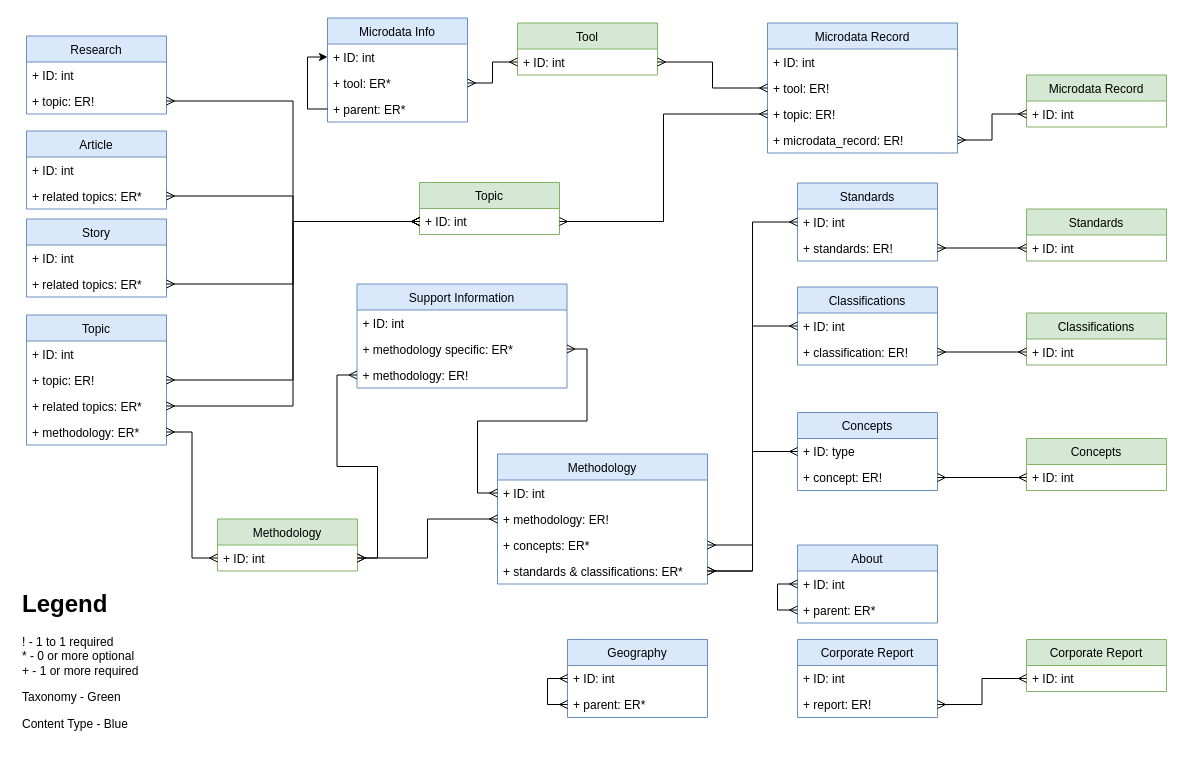
Above: Untitled Diagram.drawio in rhys-mcguckin/d8-features (draw.io), before the change. Source tidied: cells renumbered, new cells numbered last; positions are measured from the earlier drawing's top-left corner, leaving out a move shared by most shapes. Both pictures are drawn from the tidied source at 100%, with x=0, y=0 at pixel (17, 18).
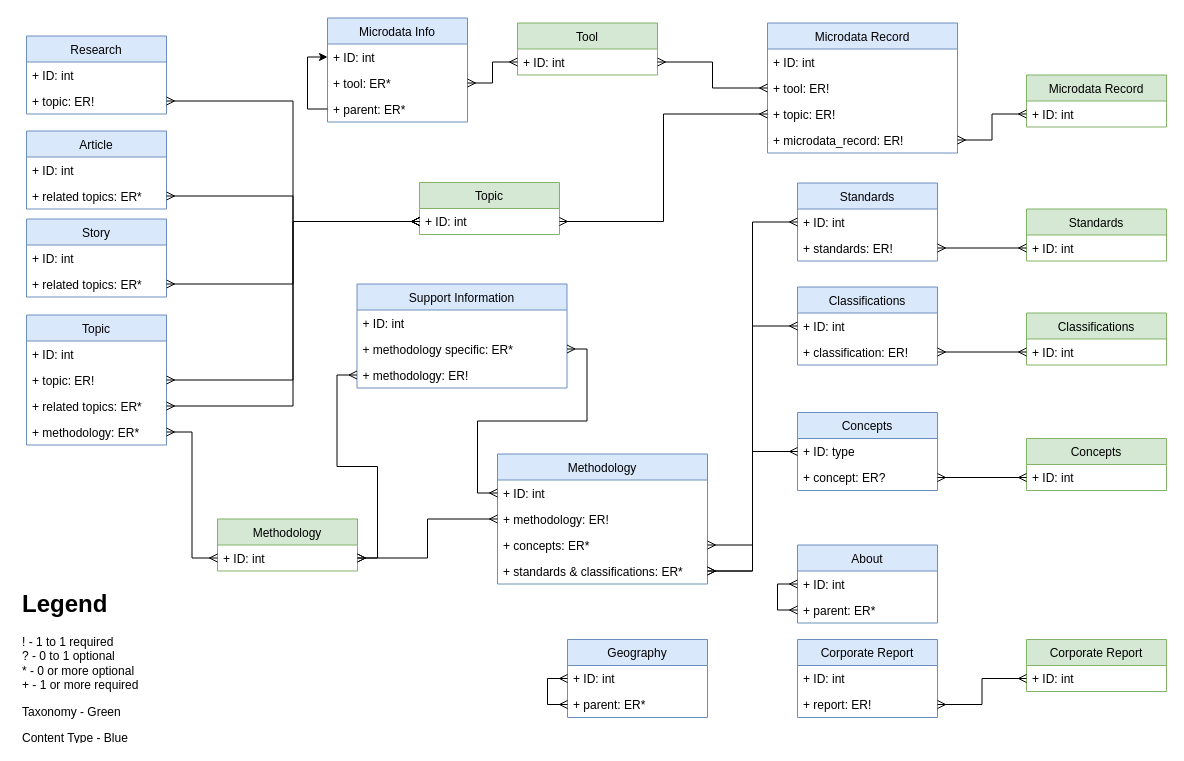
After the change.

Commit message:
Change concepts dependency

Unchanged cells that the change refers to:
```xml
<mxCell id="28" value="Concepts" style="swimlane;fontStyle=0;horizontal=1;startSize=26;fillColor=#dae8fc;strokeColor=#6c8ebf;" parent="1" vertex="1">
  <mxGeometry x="780" y="394" width="140" height="78" as="geometry" />
</mxCell>
```

Change to the diagram source:
```diff
@@
-    <mxCell id="30" value="+ concept: ER!" style="text;strokeColor=none;fillColor=none;align=left;verticalAlign=top;spacingLeft=4;spacingRight=4;overflow=hidden;points=[[0,0.5],[1,0.5]];portConstraint=eastwest;" parent="28" vertex="1">
+    <mxCell id="30" value="+ concept: ER?" style="text;strokeColor=none;fillColor=none;align=left;verticalAlign=top;spacingLeft=4;spacingRight=4;overflow=hidden;points=[[0,0.5],[1,0.5]];portConstraint=eastwest;" parent="28" vertex="1">
       <mxGeometry y="52" width="140" height="26" as="geometry" />
     </mxCell>
@@
-    <mxCell id="55" value="&lt;h1&gt;Legend&lt;/h1&gt;&lt;p&gt;! - 1 to 1 required&lt;br&gt;* - 0 or more optional&lt;br&gt;+ - 1 or more required&lt;/p&gt;&lt;p&gt;Taxonomy - Green&lt;/p&gt;&lt;p&gt;Content Type - Blue&lt;/p&gt;&lt;p&gt;&lt;br&gt;&lt;/p&gt;" style="text;html=1;strokeColor=none;fillColor=none;spacing=5;spacingTop=-20;whiteSpace=wrap;overflow=hidden;rounded=0;" parent="1" vertex="1">
+    <mxCell id="55" value="&lt;h1&gt;Legend&lt;/h1&gt;&lt;p&gt;! - 1 to 1 required&lt;br&gt;? - 0 to 1 optional&lt;br&gt;&lt;span&gt;* - 0 or more optional&lt;br&gt;&lt;/span&gt;&lt;span&gt;+ - 1 or more required&lt;/span&gt;&lt;/p&gt;&lt;p&gt;Taxonomy - Green&lt;/p&gt;&lt;p&gt;Content Type - Blue&lt;/p&gt;&lt;p&gt;&lt;br&gt;&lt;/p&gt;" style="text;html=1;strokeColor=none;fillColor=none;spacing=5;spacingTop=-20;whiteSpace=wrap;overflow=hidden;rounded=0;" parent="1" vertex="1">
       <mxGeometry y="566" width="190" height="159" as="geometry" />
     </mxCell>
```
